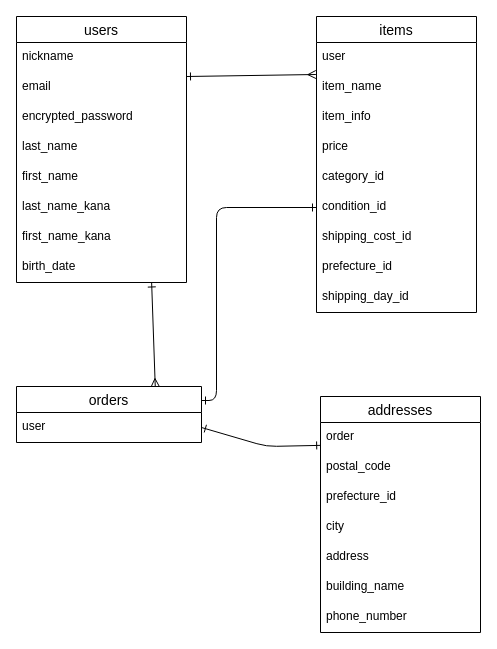
This is furima.dio from saika3110/furima-40416, a draw.io file, before an edit. Source tidied: cells renumbered, new cells numbered last; positions are measured from the earlier drawing's top-left corner, leaving out a move shared by most shapes. Both pictures are drawn from the tidied source at 100%, with x=0, y=0 at pixel (16, 16).
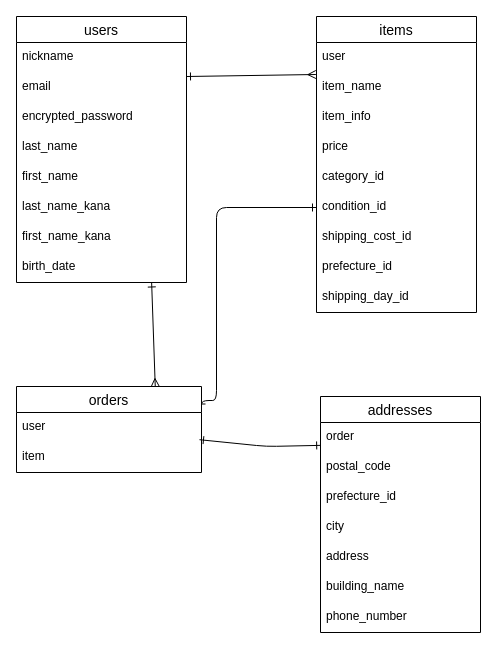
After the change.

Commit message (it also covers changes not shown here):
ER図修正4回目

Unchanged cells that the change refers to:
```xml
<mxCell id="28" value="order&#10;" style="text;strokeColor=none;fillColor=none;spacingLeft=4;spacingRight=4;overflow=hidden;points=[[0,0.5],[1,0.5]];portConstraint=eastwest;fontSize=12;" parent="27" vertex="1">
  <mxGeometry y="26" width="160" height="30" as="geometry" />
</mxCell>
```

The edit, as a diff of the source:
```diff
@@
     <mxCell id="24" value="orders" style="swimlane;fontStyle=0;horizontal=1;startSize=26;align=center;fontSize=14;" parent="1" vertex="1">
-      <mxGeometry y="370" width="185" height="56" as="geometry" />
+      <mxGeometry y="370" width="185" height="86" as="geometry" />
     </mxCell>
+    <mxCell id="35" value="user&#10;" style="text;strokeColor=none;fillColor=none;spacingLeft=4;spacingRight=4;overflow=hidden;points=[[0,0.5],[1,0.5]];portConstraint=eastwest;fontSize=12;" parent="24" vertex="1">
+      <mxGeometry y="26" width="185" height="30" as="geometry" />
+    </mxCell>
-    <mxCell id="25" value="user&#10;" style="text;strokeColor=none;fillColor=none;spacingLeft=4;spacingRight=4;overflow=hidden;points=[[0,0.5],[1,0.5]];portConstraint=eastwest;fontSize=12;" parent="24" vertex="1">
-      <mxGeometry y="26" width="185" height="30" as="geometry" />
+    <mxCell id="25" value="item" style="text;strokeColor=none;fillColor=none;spacingLeft=4;spacingRight=4;overflow=hidden;points=[[0,0.5],[1,0.5]];portConstraint=eastwest;fontSize=12;" parent="24" vertex="1">
+      <mxGeometry y="56" width="185" height="30" as="geometry" />
     </mxCell>
-    <mxCell id="26" style="edgeStyle=none;html=1;entryX=1;entryY=0.5;entryDx=0;entryDy=0;startArrow=ERone;startFill=0;endArrow=ERone;endFill=0;exitX=0.001;exitY=0.762;exitDx=0;exitDy=0;exitPerimeter=0;" parent="1" edge="1" source="28" target="25">
+    <mxCell id="26" style="edgeStyle=none;html=1;entryX=0.989;entryY=0.907;entryDx=0;entryDy=0;startArrow=ERone;startFill=0;endArrow=ERone;endFill=0;exitX=0.001;exitY=0.762;exitDx=0;exitDy=0;exitPerimeter=0;entryPerimeter=0;" parent="1" edge="1" source="28" target="35">
       <mxGeometry relative="1" as="geometry">
         <Array as="points">
           <mxPoint x="250" y="430" />
         </Array>
       </mxGeometry>
     </mxCell>
```
